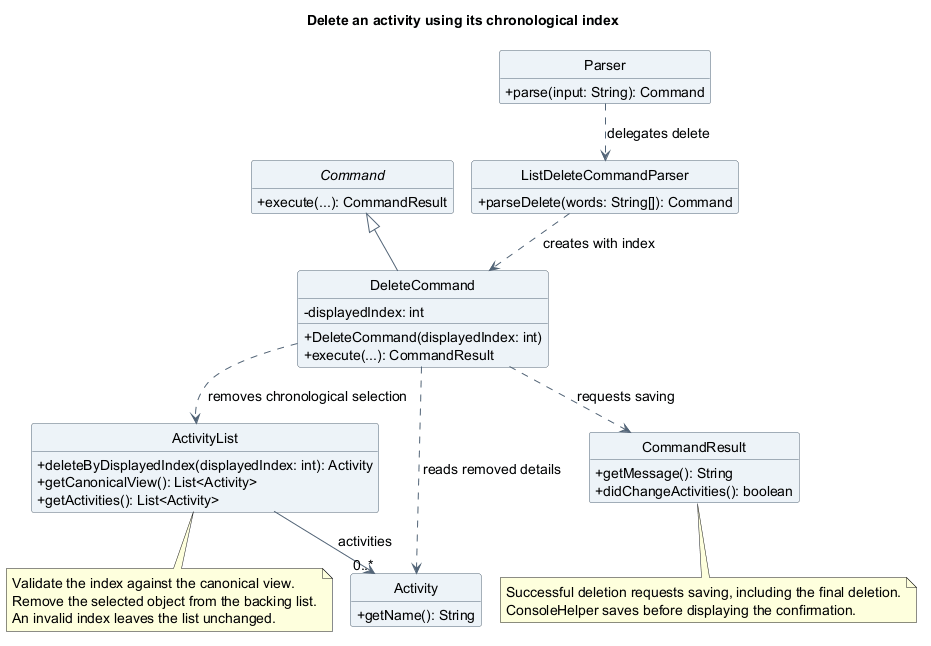
This is docs/images/asyraf/class/DeleteActivityClassDiagram.png from AY2627S1-CS2113-T10-4/tp, a PlantUML export, as it was before one commit.
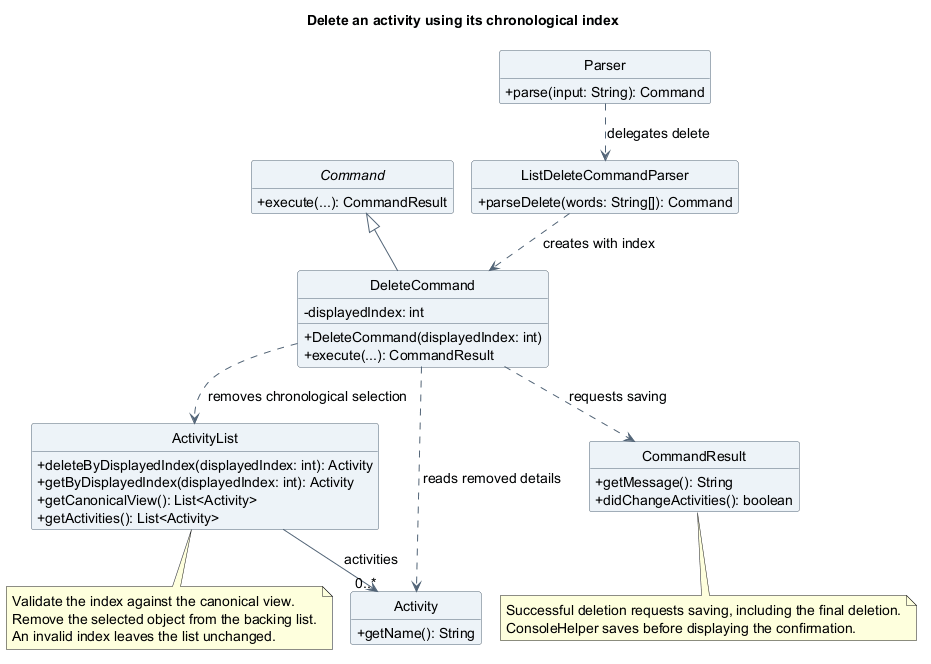
The same diagram one commit later.

Diff of the diagram source:
```diff
@@ -28,6 +28,7 @@
 }
 class ActivityList {
   +deleteByDisplayedIndex(displayedIndex: int): Activity
+  +getByDisplayedIndex(displayedIndex: int): Activity
   +getCanonicalView(): List<Activity>
   +getActivities(): List<Activity>
 }
```
